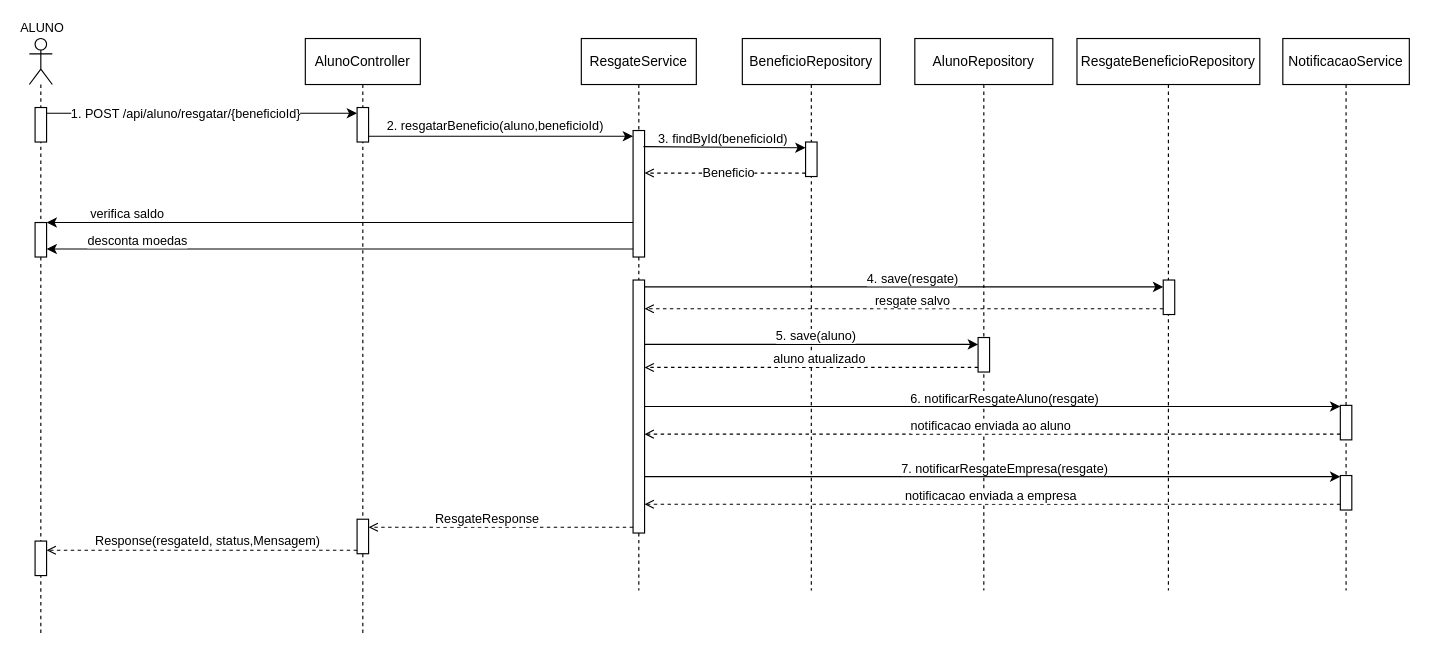
Earlier version of the draw.io diagram projeto/diagramas de sequencia/troca de vantagens.drawio (Puc-Minas-activities-organization/Sistema-de-Moeda-Estudantil). Source tidied: cells renumbered, new cells numbered last; positions are measured from the earlier drawing's top-left corner, leaving out a move shared by most shapes. Both pictures are drawn from the tidied source at 115%, with x=0, y=0 at pixel (29, 26).
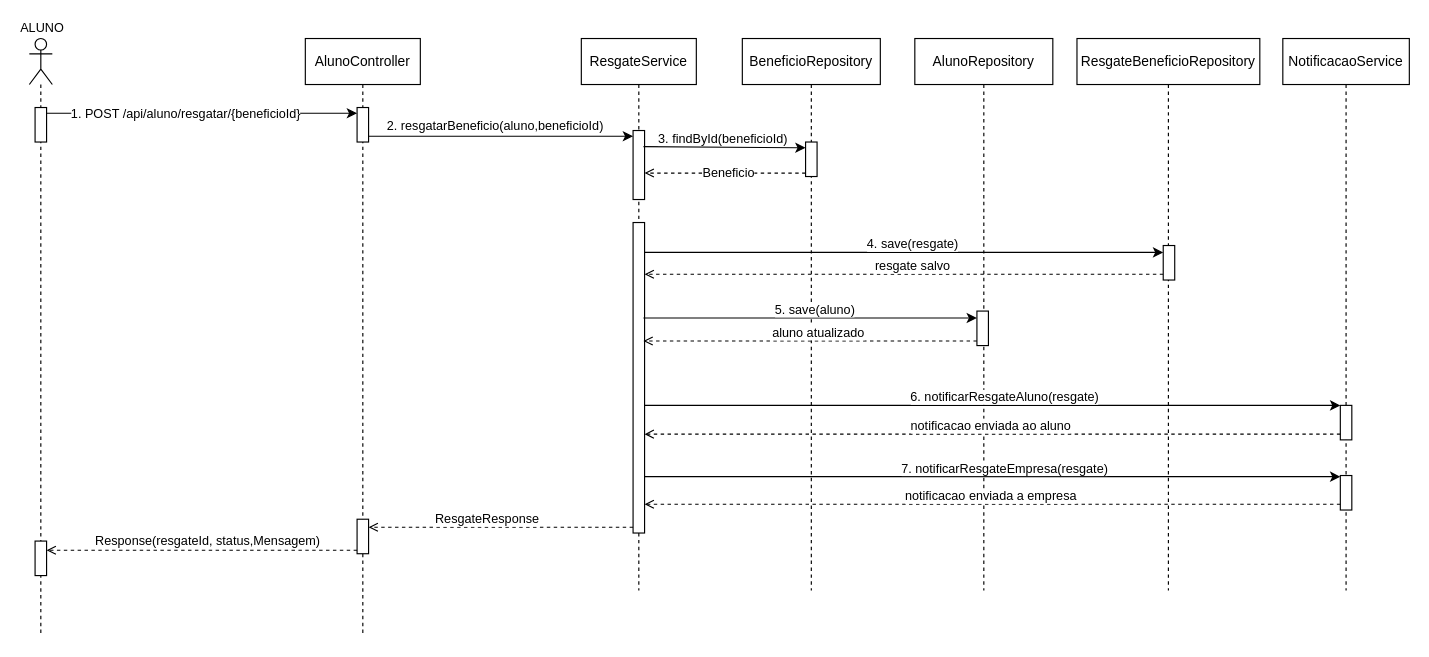
After the change.

Commit message (it also covers changes not shown here):
Atualizando diagrama

Unchanged cells that the change refers to:
```xml
<mxCell id="2" style="shape=umlLifeline;perimeter=lifelinePerimeter;whiteSpace=wrap;html=1;newEdgeStyle={&quot;curved&quot;:0,&quot;rounded&quot;:0};participant=umlActor;" parent="1" vertex="1">
  <mxGeometry y="10" width="20" height="520" as="geometry" />
</mxCell>
<mxCell id="11" value="ResgateService" style="shape=umlLifeline;perimeter=lifelinePerimeter;whiteSpace=wrap;html=1;newEdgeStyle={&quot;curved&quot;:0,&quot;rounded&quot;:0};" parent="1" vertex="1">
  <mxGeometry x="480" y="10" width="100" height="480" as="geometry" />
</mxCell>
<mxCell id="26" value="AlunoRepository" style="shape=umlLifeline;perimeter=lifelinePerimeter;whiteSpace=wrap;html=1;newEdgeStyle={&quot;curved&quot;:0,&quot;rounded&quot;:0};" parent="1" vertex="1">
  <mxGeometry x="770" y="10" width="120" height="480" as="geometry" />
</mxCell>
<mxCell id="33" value="ResgateBeneficioRepository" style="shape=umlLifeline;perimeter=lifelinePerimeter;whiteSpace=wrap;html=1;newEdgeStyle={&quot;curved&quot;:0,&quot;rounded&quot;:0};" parent="1" vertex="1">
  <mxGeometry x="911" y="10" width="159" height="480" as="geometry" />
</mxCell>
```

The edit, as a diff of the source:
```diff
@@
-    <mxCell id="4" style="html=1;points=[[0,0,0,0,5],[0,1,0,0,-5],[1,0,0,0,5],[1,1,0,0,-5]];perimeter=orthogonalPerimeter;outlineConnect=0;targetShapes=umlLifeline;portConstraint=eastwest;newEdgeStyle={&quot;curved&quot;:0,&quot;rounded&quot;:0};" parent="2" vertex="1">
-      <mxGeometry x="5" y="160" width="10" height="30" as="geometry" />
-    </mxCell>
@@
     <mxCell id="12" style="html=1;points=[[0,0,0,0,5],[0,1,0,0,-5],[1,0,0,0,5],[1,1,0,0,-5]];perimeter=orthogonalPerimeter;outlineConnect=0;targetShapes=umlLifeline;portConstraint=eastwest;newEdgeStyle={&quot;curved&quot;:0,&quot;rounded&quot;:0};" parent="11" vertex="1">
-      <mxGeometry x="45" y="80" width="10" height="110" as="geometry" />
+      <mxGeometry x="45" y="80" width="10" height="60" as="geometry" />
     </mxCell>
     <mxCell id="13" style="html=1;points=[[0,0,0,0,5],[0,1,0,0,-5],[1,0,0,0,5],[1,1,0,0,-5]];perimeter=orthogonalPerimeter;outlineConnect=0;targetShapes=umlLifeline;portConstraint=eastwest;newEdgeStyle={&quot;curved&quot;:0,&quot;rounded&quot;:0};" parent="11" vertex="1">
-      <mxGeometry x="45" y="210" width="10" height="220" as="geometry" />
+      <mxGeometry x="45" y="160" width="10" height="270" as="geometry" />
     </mxCell>
@@
-    <mxCell id="22" style="edgeStyle=none;html=1;curved=0;rounded=0;" parent="1" edge="1" source="12" target="4">
-      <mxGeometry relative="1" as="geometry" />
-    </mxCell>
-    <mxCell id="23" value="verifica saldo" style="edgeLabel;html=1;align=center;verticalAlign=middle;" parent="22" vertex="1">
-      <mxGeometry x="-0.05" y="-2" relative="1" as="geometry">
-        <mxPoint x="-199" y="-6" as="offset" />
-      </mxGeometry>
-    </mxCell>
-    <mxCell id="24" style="edgeStyle=none;html=1;curved=0;rounded=0;" parent="1" edge="1">
-      <mxGeometry relative="1" as="geometry">
-        <mxPoint x="525" y="193" as="sourcePoint" />
-        <mxPoint x="15" y="193" as="targetPoint" />
-      </mxGeometry>
-    </mxCell>
-    <mxCell id="25" value="desconta moedas" style="edgeLabel;html=1;align=center;verticalAlign=middle;" parent="1" vertex="1">
-      <mxGeometry x="109.3" y="163" as="geometry">
-        <mxPoint x="-16" y="22" as="offset" />
-      </mxGeometry>
-    </mxCell>
@@
     <mxCell id="27" style="html=1;points=[[0,0,0,0,5],[0,1,0,0,-5],[1,0,0,0,5],[1,1,0,0,-5]];perimeter=orthogonalPerimeter;outlineConnect=0;targetShapes=umlLifeline;portConstraint=eastwest;newEdgeStyle={&quot;curved&quot;:0,&quot;rounded&quot;:0};" parent="26" vertex="1">
-      <mxGeometry x="55" y="260" width="10" height="30" as="geometry" />
+      <mxGeometry x="54" y="237" width="10" height="30" as="geometry" />
     </mxCell>
     <mxCell id="28" style="edgeStyle=none;html=1;curved=0;rounded=0;" parent="26" edge="1" target="27">
       <mxGeometry relative="1" as="geometry">
-        <mxPoint x="-235" y="266" as="sourcePoint" />
+        <mxPoint x="-236" y="243" as="sourcePoint" />
       </mxGeometry>
     </mxCell>
@@
     <mxCell id="30" style="edgeStyle=none;html=1;curved=0;rounded=0;dashed=1;endArrow=open;endFill=0;" parent="26" edge="1">
       <mxGeometry relative="1" as="geometry">
-        <mxPoint x="55" y="286" as="sourcePoint" />
-        <mxPoint x="-235" y="286" as="targetPoint" />
+        <mxPoint x="54" y="263" as="sourcePoint" />
+        <mxPoint x="-236" y="263" as="targetPoint" />
       </mxGeometry>
     </mxCell>
@@
-    <mxCell id="34" style="html=1;points=[[0,0,0,0,5],[0,1,0,0,-5],[1,0,0,0,5],[1,1,0,0,-5]];perimeter=orthogonalPerimeter;outlineConnect=0;targetShapes=umlLifeline;portConstraint=eastwest;newEdgeStyle={&quot;curved&quot;:0,&quot;rounded&quot;:0};" parent="33" vertex="1">
-      <mxGeometry x="75" y="210" width="10" height="30" as="geometry" />
-    </mxCell>
@@
-    <mxCell id="41" style="edgeStyle=none;html=1;curved=0;rounded=0;" parent="1" edge="1" target="34">
+    <mxCell id="41" style="edgeStyle=none;html=1;curved=0;rounded=0;" parent="33" edge="1" target="34">
       <mxGeometry relative="1" as="geometry">
-        <mxPoint x="535" y="226" as="sourcePoint" />
+        <mxPoint x="-376" y="186" as="sourcePoint" />
       </mxGeometry>
     </mxCell>
@@
-    <mxCell id="43" style="edgeStyle=none;html=1;curved=0;rounded=0;dashed=1;endArrow=open;endFill=0;exitX=0;exitY=1;exitDx=0;exitDy=-5;exitPerimeter=0;" parent="1" edge="1" source="34" target="13">
-      <mxGeometry relative="1" as="geometry" />
+    <mxCell id="43" style="edgeStyle=none;html=1;curved=0;rounded=0;dashed=1;endArrow=open;endFill=0;exitX=0;exitY=1;exitDx=0;exitDy=-5;exitPerimeter=0;" parent="33" edge="1" source="34">
+      <mxGeometry relative="1" as="geometry">
+        <mxPoint x="-376" y="205" as="targetPoint" />
+      </mxGeometry>
     </mxCell>
@@
+    <mxCell id="34" style="html=1;points=[[0,0,0,0,5],[0,1,0,0,-5],[1,0,0,0,5],[1,1,0,0,-5]];perimeter=orthogonalPerimeter;outlineConnect=0;targetShapes=umlLifeline;portConstraint=eastwest;newEdgeStyle={&quot;curved&quot;:0,&quot;rounded&quot;:0};" parent="33" vertex="1">
+      <mxGeometry x="75" y="180" width="10" height="30" as="geometry" />
+    </mxCell>
```
